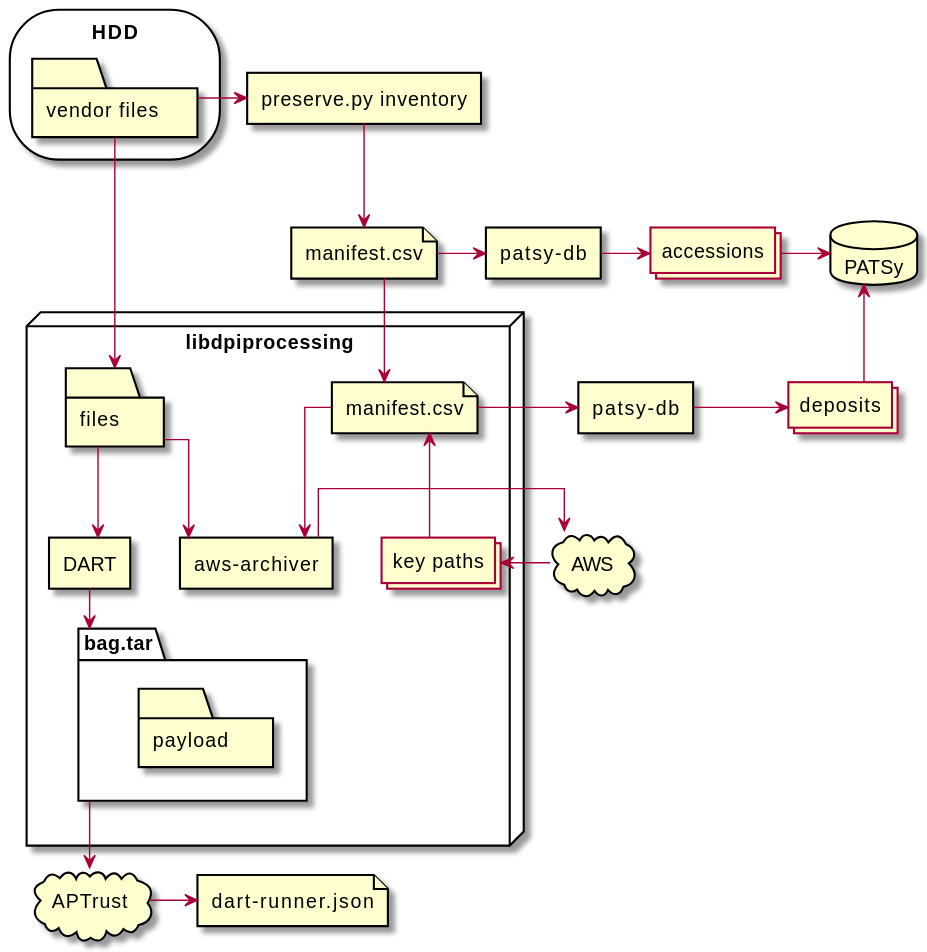
Earlier version of the PlantUML export docs/process.svg (umd-lib/digital-preservation-toolkit). Source of this version:
```plantuml
@startuml
skinparam linetype ortho

storage HDD {
    folder vendorfiles as "vendor files"
}
rectangle inventory as "preserve.py inventory"
file inventory.csv as "manifest.csv"
collections accessions
collections deposits
rectangle patsydb as "patsy-db"
rectangle patsydbdeposit as "patsy-db"
database PATSy
node libdpiprocessing {
    folder files
    file manifest.csv
    rectangle awsarchiver as "aws-archiver"
    rectangle DART
    collections keypaths as "key paths"
    package bag.tar {
        folder payload
    }
}
file dartrunner as "dart-runner.json"
cloud AWS
cloud APTrust

inventory.csv --> manifest.csv
vendorfiles --> files

vendorfiles -> inventory
inventory --> inventory.csv
inventory.csv -> patsydb
patsydb -> accessions
accessions -> PATSy

files --> awsarchiver
manifest.csv --> awsarchiver
awsarchiver -> AWS
AWS -> keypaths
manifest.csv <-- keypaths
manifest.csv -> patsydbdeposit
patsydbdeposit -> deposits
PATSy <-- deposits

files --> DART
DART --> bag.tar
bag.tar --> APTrust
APTrust -> dartrunner
@enduml
```
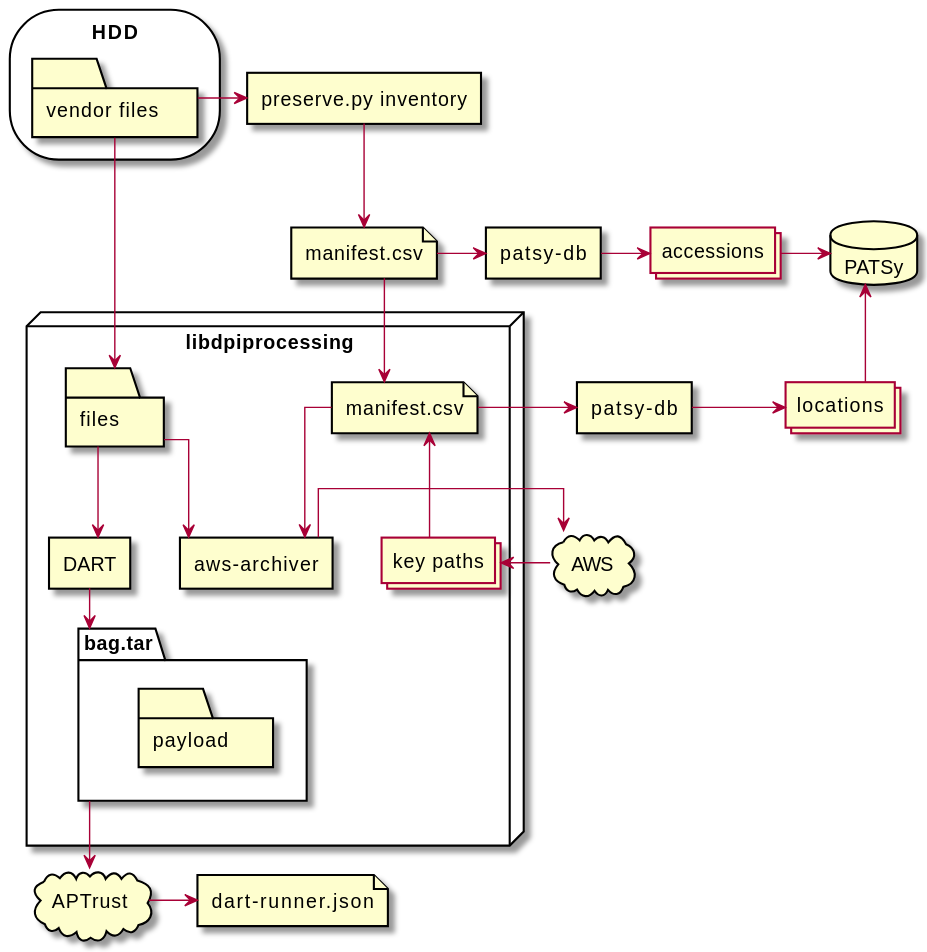
The same file after the commit.

Commit message:
Changed "accessions" to "locations".

The edit, as a diff of the source:
```diff
@@ -7,7 +7,7 @@
 rectangle inventory as "preserve.py inventory"
 file inventory.csv as "manifest.csv"
 collections accessions
-collections deposits
+collections locations
 rectangle patsydb as "patsy-db"
 rectangle patsydbdeposit as "patsy-db"
 database PATSy
@@ -40,8 +40,8 @@
 AWS -> keypaths
 manifest.csv <-- keypaths
 manifest.csv -> patsydbdeposit
-patsydbdeposit -> deposits
-PATSy <-- deposits
+patsydbdeposit -> locations
+PATSy <-- locations
 
 files --> DART
 DART --> bag.tar
```
